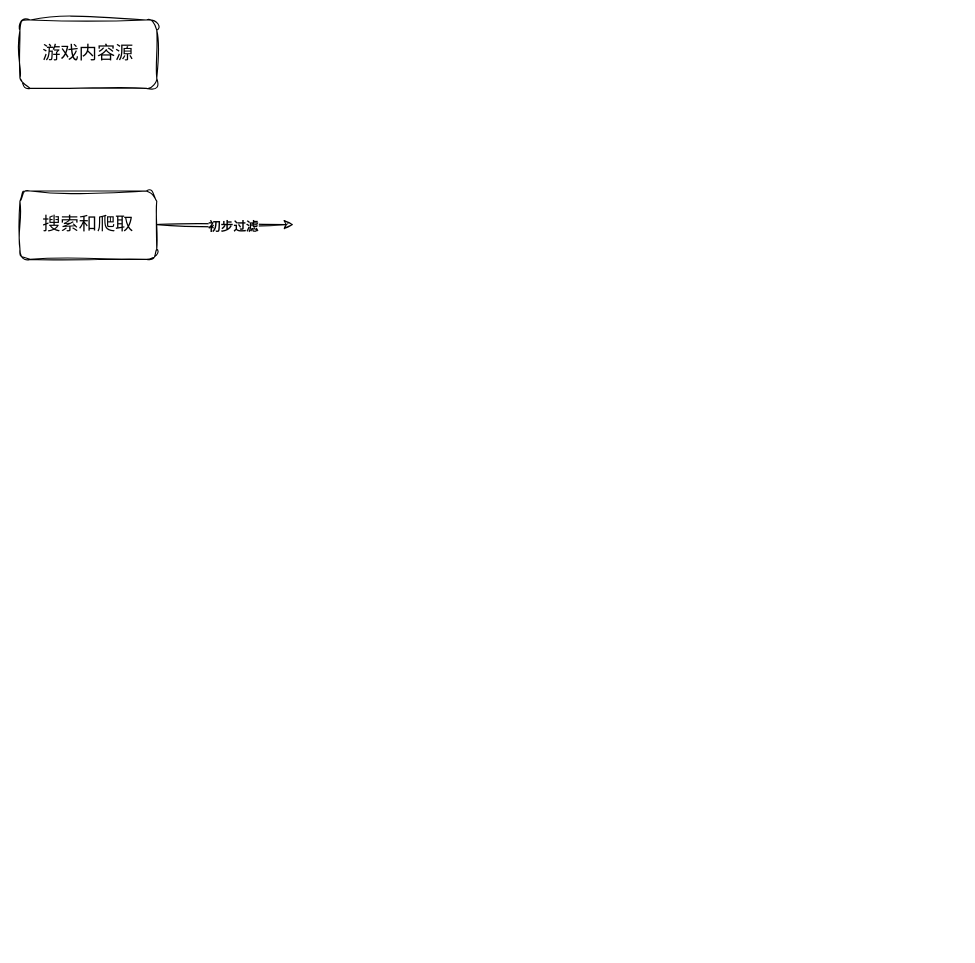
Before: 游戏内容管线.drawio in skindhu/9GAG, a draw.io diagram. Source tidied: cells renumbered, new cells numbered last; positions are measured from the earlier drawing's top-left corner, leaving out a move shared by most shapes. Both pictures are drawn from the tidied source at 114%, with x=0, y=0 at pixel (19, 19).
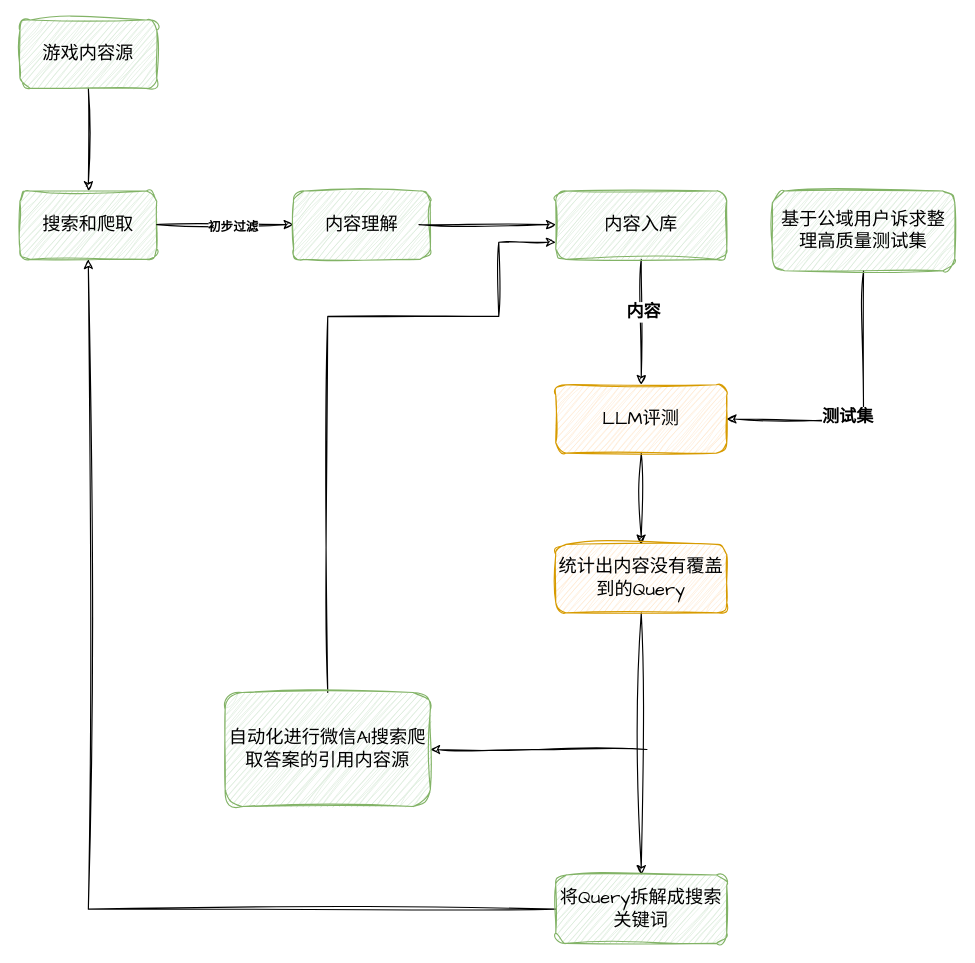
Above is the later version.

Commit message (it also covers changes not shown here):
更新游戏内容管线.drawio

Change to the diagram source:
```diff
@@
+    <mxCell id="6" style="edgeStyle=orthogonalEdgeStyle;rounded=0;sketch=1;hachureGap=4;jiggle=2;curveFitting=1;jettySize=auto;html=1;entryX=0.5;entryY=0;entryDx=0;entryDy=0;fontFamily=Architects Daughter;" parent="1" edge="1" source="2" target="3">
+      <mxGeometry relative="1" as="geometry" />
+    </mxCell>
-    <mxCell id="2" value="&lt;font style=&quot;font-size: 16px;&quot;&gt;游戏内容源&lt;/font&gt;" style="rounded=1;whiteSpace=wrap;html=1;sketch=1;hachureGap=4;jiggle=2;curveFitting=1;fontFamily=Architects Daughter;" parent="1" vertex="1">
+    <mxCell id="2" value="&lt;font style=&quot;font-size: 16px;&quot;&gt;游戏内容源&lt;/font&gt;" style="rounded=1;whiteSpace=wrap;html=1;sketch=1;hachureGap=4;jiggle=2;curveFitting=1;fontFamily=Architects Daughter;fillColor=#d5e8d4;strokeColor=#82b366;" parent="1" vertex="1">
       <mxGeometry width="120" height="60" as="geometry" />
     </mxCell>
-    <mxCell id="3" value="&lt;font style=&quot;font-size: 16px;&quot;&gt;搜索和爬取&lt;/font&gt;" style="rounded=1;whiteSpace=wrap;html=1;sketch=1;hachureGap=4;jiggle=2;curveFitting=1;fontFamily=Architects Daughter;" parent="1" vertex="1">
+    <mxCell id="3" value="&lt;font style=&quot;font-size: 16px;&quot;&gt;搜索和爬取&lt;/font&gt;" style="rounded=1;whiteSpace=wrap;html=1;sketch=1;hachureGap=4;jiggle=2;curveFitting=1;fontFamily=Architects Daughter;fillColor=#d5e8d4;strokeColor=#82b366;" parent="1" vertex="1">
       <mxGeometry y="150" width="120" height="60" as="geometry" />
     </mxCell>
@@
+    <mxCell id="7" value="&lt;font style=&quot;font-size: 16px;&quot;&gt;内容理解&lt;/font&gt;" style="rounded=1;whiteSpace=wrap;html=1;sketch=1;hachureGap=4;jiggle=2;curveFitting=1;fontFamily=Architects Daughter;fillColor=#d5e8d4;strokeColor=#82b366;" parent="1" vertex="1">
+      <mxGeometry x="240" y="150" width="120" height="60" as="geometry" />
+    </mxCell>
+    <mxCell id="8" style="edgeStyle=orthogonalEdgeStyle;rounded=0;sketch=1;hachureGap=4;jiggle=2;curveFitting=1;jettySize=auto;html=1;fontFamily=Architects Daughter;" parent="1" edge="1" source="10" target="16">
+      <mxGeometry relative="1" as="geometry" />
+    </mxCell>
+    <mxCell id="9" value="&lt;font style=&quot;font-size: 15px;&quot;&gt;&lt;b&gt;内容&lt;/b&gt;&lt;/font&gt;" style="edgeLabel;html=1;align=center;verticalAlign=middle;sketch=1;hachureGap=4;jiggle=2;curveFitting=1;fontFamily=Architects Daughter;" parent="8" vertex="1">
+      <mxGeometry x="-0.18" y="1" relative="1" as="geometry" />
+    </mxCell>
+    <mxCell id="10" value="&lt;span style=&quot;font-size: 16px;&quot;&gt;内容入库&lt;/span&gt;" style="rounded=1;whiteSpace=wrap;html=1;sketch=1;hachureGap=4;jiggle=2;curveFitting=1;fontFamily=Architects Daughter;fillColor=#d5e8d4;strokeColor=#82b366;" parent="1" vertex="1">
+      <mxGeometry x="470" y="150" width="150" height="60" as="geometry" />
+    </mxCell>
+    <mxCell id="11" style="endArrow=classic;html=1;rounded=0;sketch=1;hachureGap=4;jiggle=2;curveFitting=1;fontFamily=Architects Daughter;" parent="1" edge="1">
+      <mxGeometry relative="1" as="geometry">
+        <mxPoint x="350" y="179.5" as="sourcePoint" />
+        <mxPoint x="470" y="179.5" as="targetPoint" />
+      </mxGeometry>
+    </mxCell>
+    <mxCell id="12" style="edgeStyle=orthogonalEdgeStyle;rounded=0;sketch=1;hachureGap=4;jiggle=2;curveFitting=1;jettySize=auto;html=1;entryX=1;entryY=0.5;entryDx=0;entryDy=0;fontFamily=Architects Daughter;exitX=0.5;exitY=1;exitDx=0;exitDy=0;" parent="1" edge="1" source="14" target="16">
+      <mxGeometry relative="1" as="geometry" />
+    </mxCell>
+    <mxCell id="13" value="&lt;font style=&quot;font-size: 15px;&quot;&gt;&lt;b&gt;测试集&lt;/b&gt;&lt;/font&gt;" style="edgeLabel;html=1;align=center;verticalAlign=middle;sketch=1;hachureGap=4;jiggle=2;curveFitting=1;fontFamily=Architects Daughter;" parent="12" vertex="1">
+      <mxGeometry x="0.16" y="-3" relative="1" as="geometry" />
+    </mxCell>
+    <mxCell id="14" value="&lt;font style=&quot;font-size: 16px;&quot;&gt;基于公域用户诉求整理高质量测试集&lt;/font&gt;" style="rounded=1;whiteSpace=wrap;html=1;sketch=1;hachureGap=4;jiggle=2;curveFitting=1;fontFamily=Architects Daughter;fillColor=#d5e8d4;strokeColor=#82b366;" parent="1" vertex="1">
+      <mxGeometry x="660" y="150" width="160" height="70" as="geometry" />
+    </mxCell>
+    <mxCell id="15" style="edgeStyle=orthogonalEdgeStyle;rounded=0;sketch=1;hachureGap=4;jiggle=2;curveFitting=1;jettySize=auto;html=1;entryX=0.5;entryY=0;entryDx=0;entryDy=0;fontFamily=Architects Daughter;" parent="1" edge="1" source="16" target="18">
+      <mxGeometry relative="1" as="geometry" />
+    </mxCell>
+    <mxCell id="16" value="&lt;span style=&quot;font-size: 16px;&quot;&gt;LLM评测&lt;/span&gt;" style="rounded=1;whiteSpace=wrap;html=1;sketch=1;hachureGap=4;jiggle=2;curveFitting=1;fontFamily=Architects Daughter;fillColor=#ffe6cc;strokeColor=#d79b00;" parent="1" vertex="1">
+      <mxGeometry x="470" y="320" width="150" height="60" as="geometry" />
+    </mxCell>
+    <mxCell id="17" style="edgeStyle=orthogonalEdgeStyle;rounded=0;sketch=1;hachureGap=4;jiggle=2;curveFitting=1;jettySize=auto;html=1;entryX=0.5;entryY=0;entryDx=0;entryDy=0;fontFamily=Architects Daughter;" parent="1" edge="1" source="18" target="20">
+      <mxGeometry relative="1" as="geometry" />
+    </mxCell>
+    <mxCell id="18" value="&lt;span style=&quot;font-size: 16px;&quot;&gt;统计出内容没有覆盖到的Query&lt;/span&gt;" style="rounded=1;whiteSpace=wrap;html=1;sketch=1;hachureGap=4;jiggle=2;curveFitting=1;fontFamily=Architects Daughter;fillColor=#ffe6cc;strokeColor=#d79b00;" parent="1" vertex="1">
+      <mxGeometry x="470" y="460" width="150" height="60" as="geometry" />
+    </mxCell>
+    <mxCell id="19" style="edgeStyle=orthogonalEdgeStyle;rounded=0;sketch=1;hachureGap=4;jiggle=2;curveFitting=1;jettySize=auto;html=1;entryX=0.5;entryY=1;entryDx=0;entryDy=0;fontFamily=Architects Daughter;" parent="1" edge="1" source="20" target="3">
+      <mxGeometry relative="1" as="geometry" />
+    </mxCell>
+    <mxCell id="20" value="&lt;span style=&quot;font-size: 16px;&quot;&gt;将Query拆解成搜索关键词&lt;/span&gt;" style="rounded=1;whiteSpace=wrap;html=1;sketch=1;hachureGap=4;jiggle=2;curveFitting=1;fontFamily=Architects Daughter;fillColor=#d5e8d4;strokeColor=#82b366;" parent="1" vertex="1">
+      <mxGeometry x="470" y="750" width="150" height="60" as="geometry" />
+    </mxCell>
+    <mxCell id="21" style="edgeStyle=orthogonalEdgeStyle;rounded=0;sketch=1;hachureGap=4;jiggle=2;curveFitting=1;jettySize=auto;html=1;fontFamily=Architects Daughter;endArrow=none;endFill=0;startArrow=classic;startFill=1;" parent="1" edge="1" source="23">
+      <mxGeometry relative="1" as="geometry">
+        <mxPoint x="550" y="640" as="targetPoint" />
+      </mxGeometry>
+    </mxCell>
+    <mxCell id="22" style="edgeStyle=orthogonalEdgeStyle;rounded=0;sketch=1;hachureGap=4;jiggle=2;curveFitting=1;jettySize=auto;html=1;entryX=0;entryY=0.75;entryDx=0;entryDy=0;fontFamily=Architects Daughter;exitX=0.5;exitY=0;exitDx=0;exitDy=0;" parent="1" edge="1" source="23" target="10">
+      <mxGeometry relative="1" as="geometry">
+        <Array as="points">
+          <mxPoint x="270" y="260" />
+          <mxPoint x="420" y="260" />
+          <mxPoint x="420" y="195" />
+        </Array>
+      </mxGeometry>
+    </mxCell>
+    <mxCell id="23" value="&lt;span style=&quot;font-size: 16px;&quot;&gt;自动化进行微信AI搜索爬取答案的引用内容源&lt;/span&gt;" style="rounded=1;whiteSpace=wrap;html=1;sketch=1;hachureGap=4;jiggle=2;curveFitting=1;fontFamily=Architects Daughter;fillColor=#d5e8d4;strokeColor=#82b366;" parent="1" vertex="1">
+      <mxGeometry x="180" y="590" width="180" height="100" as="geometry" />
+    </mxCell>
```
